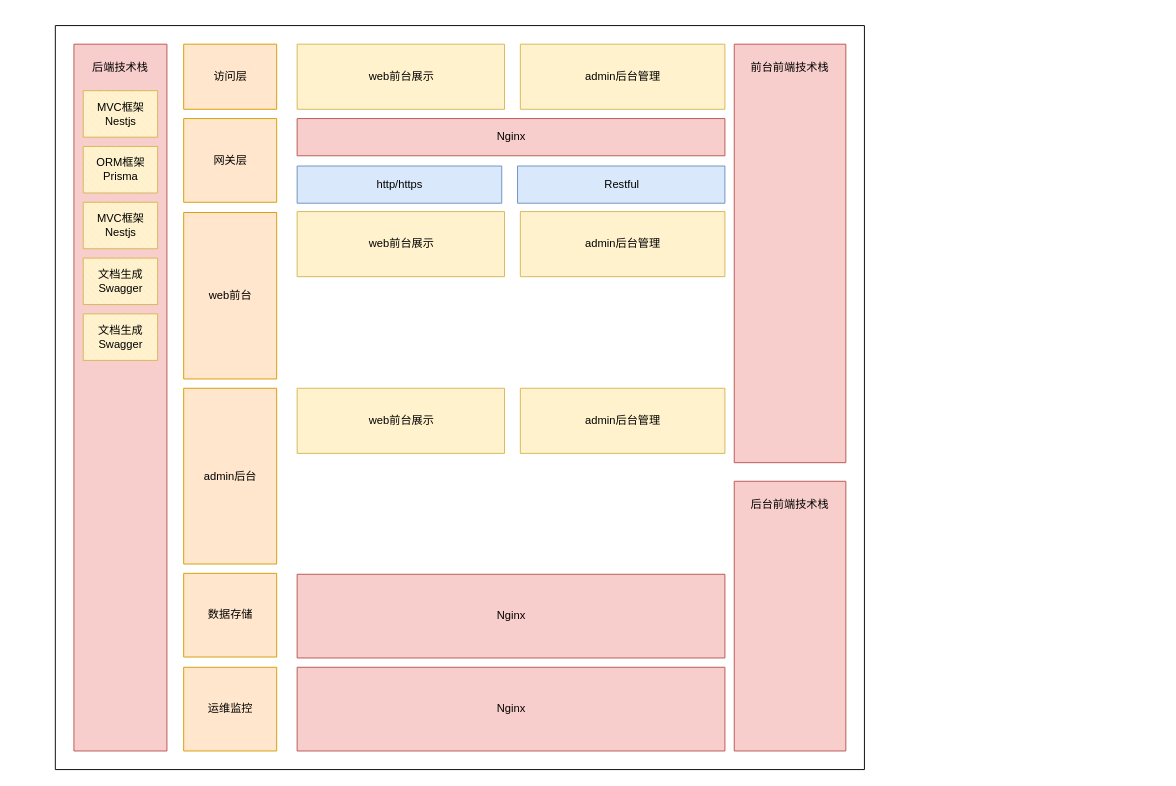
Above: drawio/project-structure.drawio in ileostar/agricultural-planting (draw.io), before the change. Source tidied: cells renumbered, new cells numbered last; positions are measured from the earlier drawing's top-left corner, leaving out a move shared by most shapes. Both pictures are drawn from the tidied source at 93%, with x=0, y=0 at pixel (55, 25).
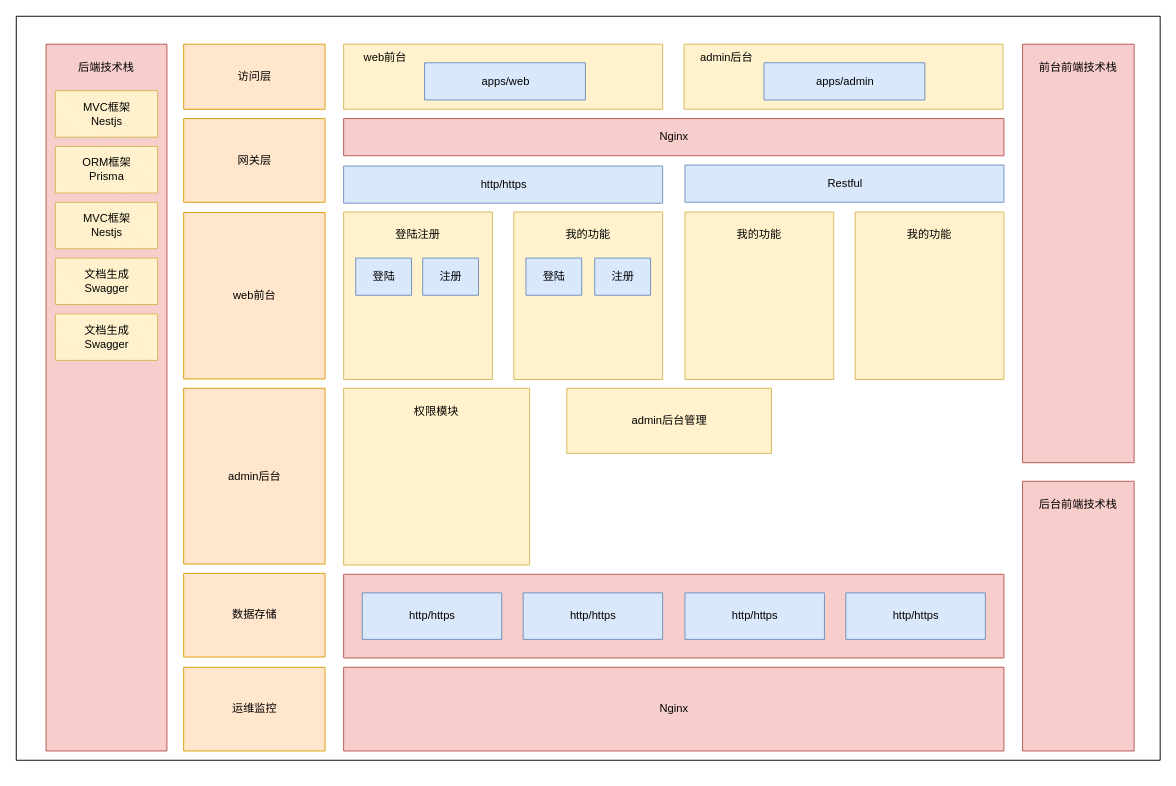
Above is the later version.

What changed in the source:
```diff
@@
     <mxCell id="2" style="verticalLabelPosition=middle;verticalAlign=middle;html=1;shape=mxgraph.basic.rect;fillColor2=none;strokeWidth=1;size=20;indent=5;labelPosition=center;align=center;" parent="1" vertex="1">
-      <mxGeometry width="870" height="800" as="geometry" />
+      <mxGeometry x="-42" y="-10" width="1230" height="800" as="geometry" />
     </mxCell>
     <mxCell id="3" style="verticalLabelPosition=middle;verticalAlign=middle;html=1;shape=mxgraph.basic.rect;fillColor2=none;strokeWidth=1;size=20;indent=5;labelPosition=center;align=center;fillColor=#f8cecc;strokeColor=#b85450;" parent="1" vertex="1">
-      <mxGeometry x="20" y="20" width="100" height="760" as="geometry" />
+      <mxGeometry x="-10" y="20" width="130" height="760" as="geometry" />
     </mxCell>
     <mxCell id="4" style="verticalLabelPosition=middle;verticalAlign=middle;html=1;shape=mxgraph.basic.rect;fillColor2=none;strokeWidth=1;size=23.5;indent=5;labelPosition=center;align=center;fillColor=#f8cecc;strokeColor=#b85450;" parent="1" vertex="1">
-      <mxGeometry x="730" y="20" width="120" height="450" as="geometry" />
+      <mxGeometry x="1040" y="20" width="120" height="450" as="geometry" />
     </mxCell>
     <mxCell id="5" style="verticalLabelPosition=middle;verticalAlign=middle;html=1;shape=mxgraph.basic.rect;fillColor2=none;strokeWidth=1;size=20;indent=5;labelPosition=center;align=center;fillColor=#f8cecc;strokeColor=#b85450;" parent="1" vertex="1">
-      <mxGeometry x="730" y="490" width="120" height="290" as="geometry" />
+      <mxGeometry x="1040" y="490" width="120" height="290" as="geometry" />
     </mxCell>
     <mxCell id="6" value="访问层" style="verticalLabelPosition=middle;verticalAlign=middle;html=1;shape=mxgraph.basic.rect;fillColor2=none;strokeWidth=1;size=20;indent=5;labelPosition=center;align=center;fillColor=#ffe6cc;strokeColor=#d79b00;" parent="1" vertex="1">
-      <mxGeometry x="138" y="20" width="100" height="70" as="geometry" />
+      <mxGeometry x="138" y="20" width="152" height="70" as="geometry" />
     </mxCell>
-    <mxCell id="7" value="web前台展示" style="verticalLabelPosition=middle;verticalAlign=middle;html=1;shape=mxgraph.basic.rect;fillColor2=none;strokeWidth=1;size=20;indent=5;labelPosition=center;align=center;fillColor=#fff2cc;strokeColor=#d6b656;" parent="1" vertex="1">
-      <mxGeometry x="260" y="20" width="223" height="70" as="geometry" />
+    <mxCell id="7" style="verticalLabelPosition=middle;verticalAlign=middle;html=1;shape=mxgraph.basic.rect;fillColor2=none;strokeWidth=1;size=20;indent=5;labelPosition=center;align=center;fillColor=#fff2cc;strokeColor=#d6b656;" parent="1" vertex="1">
+      <mxGeometry x="310" y="20" width="343" height="70" as="geometry" />
     </mxCell>
-    <mxCell id="8" value="admin后台管理" style="verticalLabelPosition=middle;verticalAlign=middle;html=1;shape=mxgraph.basic.rect;fillColor2=none;strokeWidth=1;size=20;indent=5;labelPosition=center;align=center;fillColor=#fff2cc;strokeColor=#d6b656;" parent="1" vertex="1">
-      <mxGeometry x="500" y="20" width="220" height="70" as="geometry" />
+    <mxCell id="8" style="verticalLabelPosition=middle;verticalAlign=middle;html=1;shape=mxgraph.basic.rect;fillColor2=none;strokeWidth=1;size=20;indent=5;labelPosition=center;align=center;fillColor=#fff2cc;strokeColor=#d6b656;" parent="1" vertex="1">
+      <mxGeometry x="676" y="20" width="343" height="70" as="geometry" />
     </mxCell>
     <mxCell id="9" value="网关层" style="verticalLabelPosition=middle;verticalAlign=middle;html=1;shape=mxgraph.basic.rect;fillColor2=none;strokeWidth=1;size=20;indent=5;labelPosition=center;align=center;fillColor=#ffe6cc;strokeColor=#d79b00;" parent="1" vertex="1">
-      <mxGeometry x="138" y="100" width="100" height="90" as="geometry" />
+      <mxGeometry x="138" y="100" width="152" height="90" as="geometry" />
     </mxCell>
     <mxCell id="10" value="web前台" style="verticalLabelPosition=middle;verticalAlign=middle;html=1;shape=mxgraph.basic.rect;fillColor2=none;strokeWidth=1;size=20;indent=5;labelPosition=center;align=center;fillColor=#ffe6cc;strokeColor=#d79b00;" parent="1" vertex="1">
-      <mxGeometry x="138" y="201" width="100" height="179" as="geometry" />
+      <mxGeometry x="138" y="201" width="152" height="179" as="geometry" />
     </mxCell>
     <mxCell id="11" value="admin后台" style="verticalLabelPosition=middle;verticalAlign=middle;html=1;shape=mxgraph.basic.rect;fillColor2=none;strokeWidth=1;size=20;indent=5;labelPosition=center;align=center;fillColor=#ffe6cc;strokeColor=#d79b00;" parent="1" vertex="1">
-      <mxGeometry x="138" y="390" width="100" height="189" as="geometry" />
+      <mxGeometry x="138" y="390" width="152" height="189" as="geometry" />
     </mxCell>
     <mxCell id="12" value="数据存储" style="verticalLabelPosition=middle;verticalAlign=middle;html=1;shape=mxgraph.basic.rect;fillColor2=none;strokeWidth=1;size=20;indent=5;labelPosition=center;align=center;fillColor=#ffe6cc;strokeColor=#d79b00;" parent="1" vertex="1">
-      <mxGeometry x="138" y="589" width="100" height="90" as="geometry" />
+      <mxGeometry x="138" y="589" width="152" height="90" as="geometry" />
     </mxCell>
     <mxCell id="13" value="Nginx" style="verticalLabelPosition=middle;verticalAlign=middle;html=1;shape=mxgraph.basic.rect;fillColor2=none;strokeWidth=1;size=20;indent=5;labelPosition=center;align=center;fillColor=#f8cecc;strokeColor=#b85450;" parent="1" vertex="1">
-      <mxGeometry x="260" y="100" width="460" height="40" as="geometry" />
+      <mxGeometry x="310" y="100" width="710" height="40" as="geometry" />
     </mxCell>
     <mxCell id="14" value="http/https" style="verticalLabelPosition=middle;verticalAlign=middle;html=1;shape=mxgraph.basic.rect;fillColor2=none;strokeWidth=1;size=20;indent=5;labelPosition=center;align=center;fillColor=#dae8fc;strokeColor=#6c8ebf;" parent="1" vertex="1">
-      <mxGeometry x="260" y="151" width="220" height="40" as="geometry" />
+      <mxGeometry x="310" y="151" width="343" height="40" as="geometry" />
     </mxCell>
     <mxCell id="15" value="Restful" style="verticalLabelPosition=middle;verticalAlign=middle;html=1;shape=mxgraph.basic.rect;fillColor2=none;strokeWidth=1;size=20;indent=5;labelPosition=center;align=center;fillColor=#dae8fc;strokeColor=#6c8ebf;" parent="1" vertex="1">
-      <mxGeometry x="497" y="151" width="223" height="40" as="geometry" />
+      <mxGeometry x="677" y="150" width="343" height="40" as="geometry" />
     </mxCell>
     <mxCell id="16" value="前台前端技术栈" style="text;strokeColor=none;align=center;fillColor=none;html=1;verticalAlign=middle;whiteSpace=wrap;rounded=0;" parent="1" vertex="1">
-      <mxGeometry x="745" y="30" width="90" height="30" as="geometry" />
+      <mxGeometry x="1055" y="30" width="90" height="30" as="geometry" />
     </mxCell>
     <mxCell id="17" value="后台前端技术栈" style="text;strokeColor=none;align=center;fillColor=none;html=1;verticalAlign=middle;whiteSpace=wrap;rounded=0;" parent="1" vertex="1">
-      <mxGeometry x="745" y="500" width="90" height="30" as="geometry" />
+      <mxGeometry x="1055" y="500" width="90" height="30" as="geometry" />
     </mxCell>
     <mxCell id="18" value="后端技术栈" style="text;strokeColor=none;align=center;fillColor=none;html=1;verticalAlign=middle;whiteSpace=wrap;rounded=0;" parent="1" vertex="1">
-      <mxGeometry x="25" y="30" width="90" height="30" as="geometry" />
+      <mxGeometry x="10" y="30" width="90" height="30" as="geometry" />
     </mxCell>
     <mxCell id="19" value="MVC框架&lt;br&gt;Nestjs" style="verticalLabelPosition=middle;verticalAlign=middle;html=1;shape=mxgraph.basic.patternFillRect;fillStyle=diagRev;step=5;fillStrokeWidth=0.2;fillStrokeColor=#dddddd;fillColor=#fff2cc;strokeColor=#d6b656;labelPosition=center;align=center;" parent="1" vertex="1">
-      <mxGeometry x="30" y="70" width="80" height="50" as="geometry" />
+      <mxGeometry y="70" width="110" height="50" as="geometry" />
     </mxCell>
     <mxCell id="20" value="运维监控" style="verticalLabelPosition=middle;verticalAlign=middle;html=1;shape=mxgraph.basic.rect;fillColor2=none;strokeWidth=1;size=20;indent=5;labelPosition=center;align=center;fillColor=#ffe6cc;strokeColor=#d79b00;" parent="1" vertex="1">
-      <mxGeometry x="138" y="690" width="100" height="90" as="geometry" />
+      <mxGeometry x="138" y="690" width="152" height="90" as="geometry" />
     </mxCell>
-    <mxCell id="21" value="web前台展示" style="verticalLabelPosition=middle;verticalAlign=middle;html=1;shape=mxgraph.basic.rect;fillColor2=none;strokeWidth=1;size=20;indent=5;labelPosition=center;align=center;fillColor=#fff2cc;strokeColor=#d6b656;" parent="1" vertex="1">
-      <mxGeometry x="260" y="200" width="223" height="70" as="geometry" />
+    <mxCell id="21" style="verticalLabelPosition=middle;verticalAlign=middle;html=1;shape=mxgraph.basic.rect;fillColor2=none;strokeWidth=1;size=20;indent=5;labelPosition=center;align=center;fillColor=#fff2cc;strokeColor=#d6b656;flipH=0;" parent="1" vertex="1">
+      <mxGeometry x="310" y="200.5" width="160" height="180" as="geometry" />
     </mxCell>
-    <mxCell id="22" value="admin后台管理" style="verticalLabelPosition=middle;verticalAlign=middle;html=1;shape=mxgraph.basic.rect;fillColor2=none;strokeWidth=1;size=20;indent=5;labelPosition=center;align=center;fillColor=#fff2cc;strokeColor=#d6b656;" parent="1" vertex="1">
-      <mxGeometry x="500" y="200" width="220" height="70" as="geometry" />
-    </mxCell>
-    <mxCell id="23" value="web前台展示" style="verticalLabelPosition=middle;verticalAlign=middle;html=1;shape=mxgraph.basic.rect;fillColor2=none;strokeWidth=1;size=20;indent=5;labelPosition=center;align=center;fillColor=#fff2cc;strokeColor=#d6b656;" parent="1" vertex="1">
-      <mxGeometry x="260" y="390" width="223" height="70" as="geometry" />
-    </mxCell>
     <mxCell id="24" value="admin后台管理" style="verticalLabelPosition=middle;verticalAlign=middle;html=1;shape=mxgraph.basic.rect;fillColor2=none;strokeWidth=1;size=20;indent=5;labelPosition=center;align=center;fillColor=#fff2cc;strokeColor=#d6b656;" parent="1" vertex="1">
-      <mxGeometry x="500" y="390" width="220" height="70" as="geometry" />
+      <mxGeometry x="550" y="390" width="220" height="70" as="geometry" />
     </mxCell>
-    <mxCell id="25" value="Nginx" style="verticalLabelPosition=middle;verticalAlign=middle;html=1;shape=mxgraph.basic.rect;fillColor2=none;strokeWidth=1;size=20;indent=5;labelPosition=center;align=center;fillColor=#f8cecc;strokeColor=#b85450;" parent="1" vertex="1">
-      <mxGeometry x="260" y="590" width="460" height="90" as="geometry" />
+    <mxCell id="25" style="verticalLabelPosition=middle;verticalAlign=middle;html=1;shape=mxgraph.basic.rect;fillColor2=none;strokeWidth=1;size=20;indent=5;labelPosition=center;align=center;fillColor=#f8cecc;strokeColor=#b85450;" parent="1" vertex="1">
+      <mxGeometry x="310" y="590" width="710" height="90" as="geometry" />
     </mxCell>
     <mxCell id="26" value="Nginx" style="verticalLabelPosition=middle;verticalAlign=middle;html=1;shape=mxgraph.basic.rect;fillColor2=none;strokeWidth=1;size=20;indent=5;labelPosition=center;align=center;fillColor=#f8cecc;strokeColor=#b85450;" parent="1" vertex="1">
-      <mxGeometry x="260" y="690" width="460" height="90" as="geometry" />
+      <mxGeometry x="310" y="690" width="710" height="90" as="geometry" />
     </mxCell>
     <mxCell id="27" value="ORM框架&lt;br&gt;Prisma" style="verticalLabelPosition=middle;verticalAlign=middle;html=1;shape=mxgraph.basic.patternFillRect;fillStyle=diagRev;step=5;fillStrokeWidth=0.2;fillStrokeColor=#dddddd;fillColor=#fff2cc;strokeColor=#d6b656;labelPosition=center;align=center;" parent="1" vertex="1">
-      <mxGeometry x="30" y="130" width="80" height="50" as="geometry" />
+      <mxGeometry y="130" width="110" height="50" as="geometry" />
     </mxCell>
     <mxCell id="28" value="MVC框架&lt;br&gt;Nestjs" style="verticalLabelPosition=middle;verticalAlign=middle;html=1;shape=mxgraph.basic.patternFillRect;fillStyle=diagRev;step=5;fillStrokeWidth=0.2;fillStrokeColor=#dddddd;fillColor=#fff2cc;strokeColor=#d6b656;labelPosition=center;align=center;" parent="1" vertex="1">
-      <mxGeometry x="30" y="190" width="80" height="50" as="geometry" />
+      <mxGeometry y="190" width="110" height="50" as="geometry" />
     </mxCell>
     <mxCell id="29" value="文档生成&lt;br&gt;Swagger" style="verticalLabelPosition=middle;verticalAlign=middle;html=1;shape=mxgraph.basic.patternFillRect;fillStyle=diagRev;step=5;fillStrokeWidth=0.2;fillStrokeColor=#dddddd;fillColor=#fff2cc;strokeColor=#d6b656;labelPosition=center;align=center;" parent="1" vertex="1">
-      <mxGeometry x="30" y="250" width="80" height="50" as="geometry" />
+      <mxGeometry y="250" width="110" height="50" as="geometry" />
     </mxCell>
     <mxCell id="30" value="文档生成&lt;br&gt;Swagger" style="verticalLabelPosition=middle;verticalAlign=middle;html=1;shape=mxgraph.basic.patternFillRect;fillStyle=diagRev;step=5;fillStrokeWidth=0.2;fillStrokeColor=#dddddd;fillColor=#fff2cc;strokeColor=#d6b656;labelPosition=center;align=center;" parent="1" vertex="1">
-      <mxGeometry x="30" y="310" width="80" height="50" as="geometry" />
+      <mxGeometry y="310" width="110" height="50" as="geometry" />
     </mxCell>
+    <mxCell id="31" value="http/https" style="verticalLabelPosition=middle;verticalAlign=middle;html=1;shape=mxgraph.basic.rect;fillColor2=none;strokeWidth=1;size=20;indent=5;labelPosition=center;align=center;fillColor=#dae8fc;strokeColor=#6c8ebf;" parent="1" vertex="1">
+      <mxGeometry x="330" y="610" width="150" height="50" as="geometry" />
+    </mxCell>
+    <mxCell id="32" value="http/https" style="verticalLabelPosition=middle;verticalAlign=middle;html=1;shape=mxgraph.basic.rect;fillColor2=none;strokeWidth=1;size=20;indent=5;labelPosition=center;align=center;fillColor=#dae8fc;strokeColor=#6c8ebf;" parent="1" vertex="1">
+      <mxGeometry x="503" y="610" width="150" height="50" as="geometry" />
+    </mxCell>
+    <mxCell id="33" value="http/https" style="verticalLabelPosition=middle;verticalAlign=middle;html=1;shape=mxgraph.basic.rect;fillColor2=none;strokeWidth=1;size=20;indent=5;labelPosition=center;align=center;fillColor=#dae8fc;strokeColor=#6c8ebf;" parent="1" vertex="1">
+      <mxGeometry x="677" y="610" width="150" height="50" as="geometry" />
+    </mxCell>
+    <mxCell id="34" value="http/https" style="verticalLabelPosition=middle;verticalAlign=middle;html=1;shape=mxgraph.basic.rect;fillColor2=none;strokeWidth=1;size=20;indent=5;labelPosition=center;align=center;fillColor=#dae8fc;strokeColor=#6c8ebf;" parent="1" vertex="1">
+      <mxGeometry x="850" y="610" width="150" height="50" as="geometry" />
+    </mxCell>
+    <mxCell id="35" style="verticalLabelPosition=middle;verticalAlign=middle;html=1;shape=mxgraph.basic.rect;fillColor2=none;strokeWidth=1;size=20;indent=5;labelPosition=center;align=center;fillColor=#fff2cc;strokeColor=#d6b656;" parent="1" vertex="1">
+      <mxGeometry x="310" y="390" width="200" height="190" as="geometry" />
+    </mxCell>
+    <mxCell id="36" value="登陆注册" style="text;strokeColor=none;align=center;fillColor=none;html=1;verticalAlign=middle;whiteSpace=wrap;rounded=0;flipH=1;" parent="1" vertex="1">
+      <mxGeometry x="360" y="210" width="60" height="30" as="geometry" />
+    </mxCell>
+    <mxCell id="37" value="权限模块" style="text;strokeColor=none;align=center;fillColor=none;html=1;verticalAlign=middle;whiteSpace=wrap;rounded=0;" parent="1" vertex="1">
+      <mxGeometry x="380" y="400" width="60" height="30" as="geometry" />
+    </mxCell>
+    <mxCell id="38" style="verticalLabelPosition=middle;verticalAlign=middle;html=1;shape=mxgraph.basic.rect;fillColor2=none;strokeWidth=1;size=20;indent=5;labelPosition=center;align=center;fillColor=#fff2cc;strokeColor=#d6b656;flipH=0;" parent="1" vertex="1">
+      <mxGeometry x="493" y="200.5" width="160" height="180" as="geometry" />
+    </mxCell>
+    <mxCell id="39" value="我的功能" style="text;strokeColor=none;align=center;fillColor=none;html=1;verticalAlign=middle;whiteSpace=wrap;rounded=0;flipH=1;" parent="1" vertex="1">
+      <mxGeometry x="543" y="210" width="60" height="30" as="geometry" />
+    </mxCell>
+    <mxCell id="40" style="verticalLabelPosition=middle;verticalAlign=middle;html=1;shape=mxgraph.basic.rect;fillColor2=none;strokeWidth=1;size=20;indent=5;labelPosition=center;align=center;fillColor=#fff2cc;strokeColor=#d6b656;flipH=0;" parent="1" vertex="1">
+      <mxGeometry x="677" y="200.5" width="160" height="180" as="geometry" />
+    </mxCell>
+    <mxCell id="41" value="我的功能" style="text;strokeColor=none;align=center;fillColor=none;html=1;verticalAlign=middle;whiteSpace=wrap;rounded=0;flipH=1;" parent="1" vertex="1">
+      <mxGeometry x="727" y="210" width="60" height="30" as="geometry" />
+    </mxCell>
+    <mxCell id="42" style="verticalLabelPosition=middle;verticalAlign=middle;html=1;shape=mxgraph.basic.rect;fillColor2=none;strokeWidth=1;size=20;indent=5;labelPosition=center;align=center;fillColor=#fff2cc;strokeColor=#d6b656;flipH=0;" parent="1" vertex="1">
+      <mxGeometry x="860" y="200.5" width="160" height="180" as="geometry" />
+    </mxCell>
+    <mxCell id="43" value="我的功能" style="text;strokeColor=none;align=center;fillColor=none;html=1;verticalAlign=middle;whiteSpace=wrap;rounded=0;flipH=1;" parent="1" vertex="1">
+      <mxGeometry x="910" y="210" width="60" height="30" as="geometry" />
+    </mxCell>
+    <mxCell id="44" value="登陆" style="verticalLabelPosition=middle;verticalAlign=middle;html=1;shape=mxgraph.basic.rect;fillColor2=none;strokeWidth=1;size=20;indent=5;labelPosition=center;align=center;fillColor=#dae8fc;strokeColor=#6c8ebf;" parent="1" vertex="1">
+      <mxGeometry x="323" y="250" width="60" height="40" as="geometry" />
+    </mxCell>
+    <mxCell id="45" value="apps/web" style="verticalLabelPosition=middle;verticalAlign=middle;html=1;shape=mxgraph.basic.rect;fillColor2=none;strokeWidth=1;size=20;indent=5;labelPosition=center;align=center;fillColor=#dae8fc;strokeColor=#6c8ebf;" parent="1" vertex="1">
+      <mxGeometry x="397" y="40" width="173" height="40" as="geometry" />
+    </mxCell>
+    <mxCell id="46" value="登陆" style="verticalLabelPosition=middle;verticalAlign=middle;html=1;shape=mxgraph.basic.rect;fillColor2=none;strokeWidth=1;size=20;indent=5;labelPosition=center;align=center;fillColor=#dae8fc;strokeColor=#6c8ebf;" parent="1" vertex="1">
+      <mxGeometry x="506" y="250" width="60" height="40" as="geometry" />
+    </mxCell>
+    <mxCell id="47" value="注册" style="verticalLabelPosition=middle;verticalAlign=middle;html=1;shape=mxgraph.basic.rect;fillColor2=none;strokeWidth=1;size=20;indent=5;labelPosition=center;align=center;fillColor=#dae8fc;strokeColor=#6c8ebf;" parent="1" vertex="1">
+      <mxGeometry x="580" y="250" width="60" height="40" as="geometry" />
+    </mxCell>
+    <mxCell id="48" value="web前台" style="text;strokeColor=none;align=center;fillColor=none;html=1;verticalAlign=middle;whiteSpace=wrap;rounded=0;" parent="1" vertex="1">
+      <mxGeometry x="310" y="20" width="90" height="30" as="geometry" />
+    </mxCell>
+    <mxCell id="49" value="admin后台" style="text;strokeColor=none;align=center;fillColor=none;html=1;verticalAlign=middle;whiteSpace=wrap;rounded=0;" parent="1" vertex="1">
+      <mxGeometry x="677" y="20" width="90" height="30" as="geometry" />
+    </mxCell>
+    <mxCell id="50" value="apps/admin" style="verticalLabelPosition=middle;verticalAlign=middle;html=1;shape=mxgraph.basic.rect;fillColor2=none;strokeWidth=1;size=20;indent=5;labelPosition=center;align=center;fillColor=#dae8fc;strokeColor=#6c8ebf;" parent="1" vertex="1">
+      <mxGeometry x="762" y="40" width="173" height="40" as="geometry" />
+    </mxCell>
+    <mxCell id="51" value="注册" style="verticalLabelPosition=middle;verticalAlign=middle;html=1;shape=mxgraph.basic.rect;fillColor2=none;strokeWidth=1;size=20;indent=5;labelPosition=center;align=center;fillColor=#dae8fc;strokeColor=#6c8ebf;" parent="1" vertex="1">
+      <mxGeometry x="395" y="250" width="60" height="40" as="geometry" />
+    </mxCell>
```
